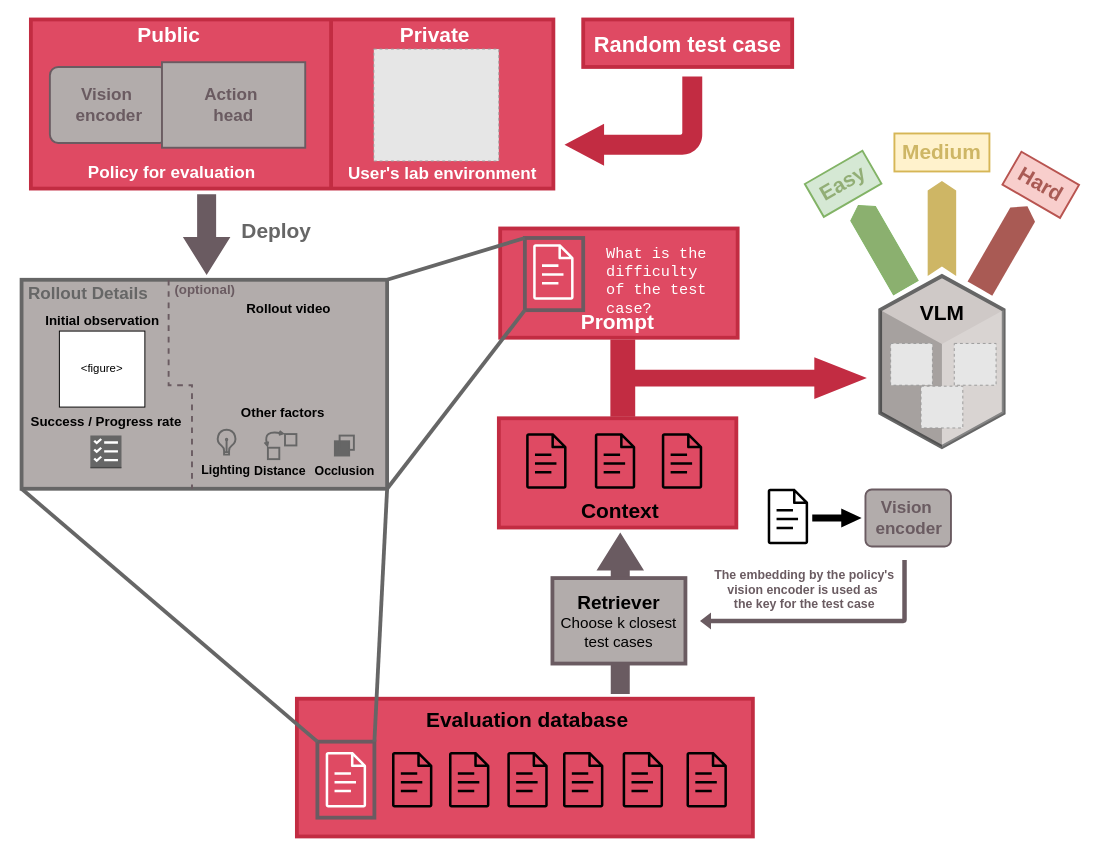
This is vlm_icl_v4.drawio from cxh-cxh/Embodied-VLM-Judge-figures, a draw.io file, before an edit. Source tidied: cells renumbered, new cells numbered last; positions are measured from the earlier drawing's top-left corner, leaving out a move shared by most shapes. Both pictures are drawn from the tidied source at 95%, with x=0, y=0 at pixel (16, 16). Pictures stored in the file or linked from it are replaced by grey dashed boxes.
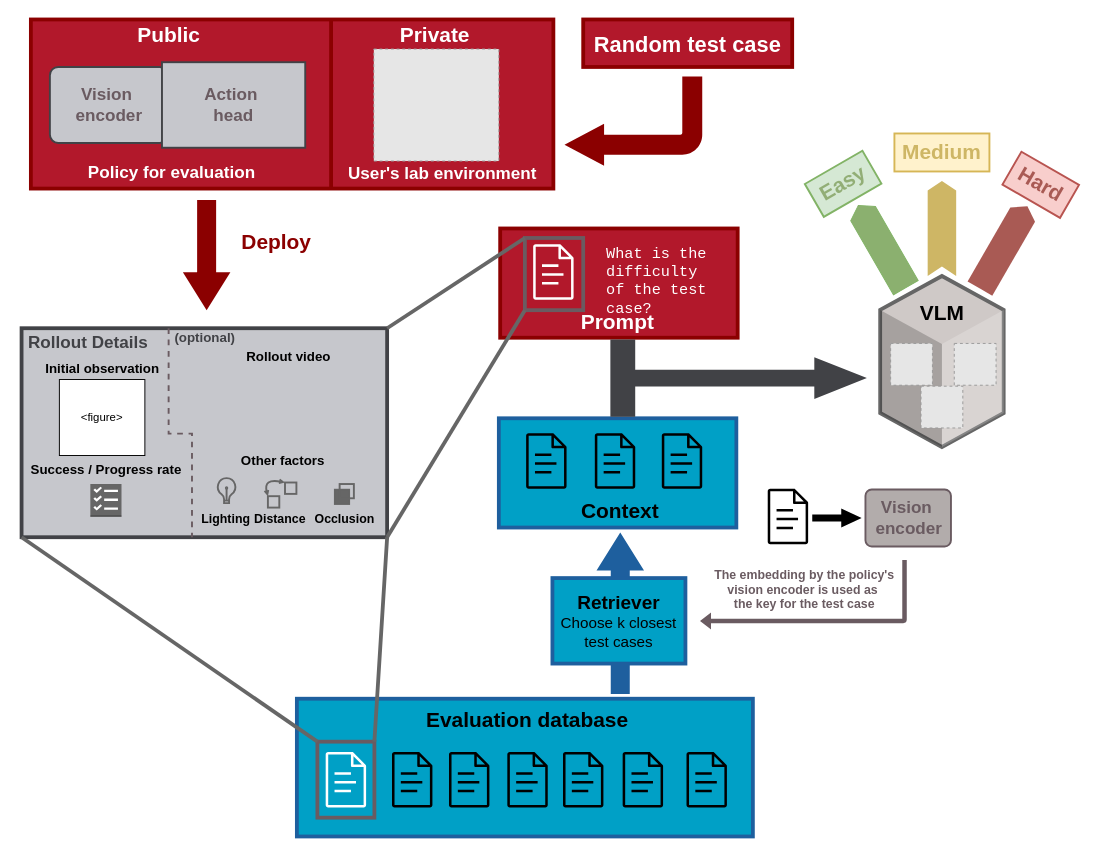
The same diagram, later.

Change to the diagram source:
```diff
@@
     <mxCell id="2" style="group;" parent="1" vertex="1">
-      <mxGeometry y="272" width="390" height="225" as="geometry" />
+      <mxGeometry y="323" width="390" height="225" as="geometry" />
     </mxCell>
-    <mxCell id="3" style="rounded=0;whiteSpace=wrap;html=1;fillColor=#B2ACAB;fontColor=#333333;strokeColor=#666666;strokeWidth=4;" parent="2" vertex="1">
+    <mxCell id="3" style="rounded=0;whiteSpace=wrap;html=1;fillColor=#C6C7CC;fontColor=default;strokeColor=light-dark(#414246,#C6C7CC);strokeWidth=4;align=center;verticalAlign=middle;arcSize=11;fontFamily=Helvetica;fontSize=12;" parent="2" vertex="1">
       <mxGeometry x="5.2" y="5" width="384.8" height="220" as="geometry" />
     </mxCell>
@@
-    <mxCell id="8" value="&lt;font style=&quot;font-size: 18px;&quot;&gt;&lt;b style=&quot;&quot;&gt;Rollout Details&lt;/b&gt;&lt;/font&gt;" style="text;html=1;align=center;verticalAlign=middle;strokeColor=none;fillColor=none;fontColor=light-dark(#666666, #ededed);" parent="2" vertex="1">
+    <mxCell id="8" value="&lt;font style=&quot;font-size: 18px; color: light-dark(rgb(65, 66, 70), rgb(198, 199, 204));&quot;&gt;&lt;b style=&quot;&quot;&gt;Rollout Details&lt;/b&gt;&lt;/font&gt;" style="text;html=1;align=center;verticalAlign=middle;strokeColor=none;fillColor=none;fontColor=light-dark(#666666, #ededed);" parent="2" vertex="1">
       <mxGeometry width="150" height="40" as="geometry" />
     </mxCell>
@@
-    <mxCell id="15" value="(optional)" style="text;html=1;align=center;verticalAlign=middle;strokeColor=none;fillColor=none;fontStyle=1;fontSize=14;fontColor=#6A5B61;" parent="2" vertex="1">
+    <mxCell id="15" value="&lt;font style=&quot;color: light-dark(rgb(65, 66, 70), rgb(198, 199, 204));&quot;&gt;(optional)&lt;/font&gt;" style="text;html=1;align=center;verticalAlign=middle;strokeColor=none;fillColor=none;fontStyle=1;fontSize=14;fontColor=#6A5B61;" parent="2" vertex="1">
       <mxGeometry x="157.6" width="80" height="30" as="geometry" />
     </mxCell>
@@
-    <mxCell id="24" value="&lt;font style=&quot;color: rgb(255, 255, 255); font-size: 23px;&quot;&gt;&lt;b style=&quot;&quot;&gt;Random test case&lt;/b&gt;&lt;/font&gt;" style="text;html=1;align=center;verticalAlign=middle;strokeColor=#C22C42;fillColor=light-dark(#DF4A63,#AA7B7B);fontSize=28;strokeWidth=4;" parent="1" vertex="1">
+    <mxCell id="24" value="&lt;font style=&quot;color: rgb(255, 255, 255); font-size: 23px;&quot;&gt;&lt;b style=&quot;&quot;&gt;Random test case&lt;/b&gt;&lt;/font&gt;" style="text;html=1;align=center;verticalAlign=middle;strokeColor=#8B0000;fillColor=light-dark(#B2182B,#FF9EAF);fontSize=28;strokeWidth=4;fontFamily=Helvetica;fontColor=default;" parent="1" vertex="1">
       <mxGeometry x="596.4" y="3" width="220" height="50" as="geometry" />
     </mxCell>
-    <mxCell id="25" style="html=1;shadow=0;dashed=0;align=center;verticalAlign=middle;shape=mxgraph.arrows2.arrow;dy=0.6;dx=40;direction=south;notch=0;fillColor=light-dark(#6A5B61,#1A1A1A);fontColor=#333333;strokeColor=none;" parent="1" vertex="1">
-      <mxGeometry x="175" y="187" width="50" height="85" as="geometry" />
+    <mxCell id="25" style="html=1;shadow=0;dashed=0;align=center;verticalAlign=middle;shape=mxgraph.arrows2.arrow;dy=0.6;dx=40;direction=south;notch=0;fillColor=light-dark(#8B0000,#C6C7CC);fontColor=#333333;strokeColor=none;" parent="1" vertex="1">
+      <mxGeometry x="175" y="193" width="50" height="116" as="geometry" />
     </mxCell>
@@
-    <mxCell id="39" style="html=1;shadow=0;dashed=0;align=center;verticalAlign=middle;shape=mxgraph.arrows2.bendArrow;dy=10.5;dx=41.67;notch=0;arrowHead=44.27;rounded=1;rotation=0;flipH=1;flipV=1;fillColor=light-dark(#C22C42,#1D293B);strokeColor=none;gradientColor=none;" parent="1" vertex="1">
+    <mxCell id="39" style="html=1;shadow=0;dashed=0;align=center;verticalAlign=middle;shape=mxgraph.arrows2.bendArrow;dy=10.5;dx=41.67;notch=0;arrowHead=44.27;rounded=1;rotation=0;flipH=1;flipV=1;fillColor=light-dark(#8B0000,#B2182B);strokeColor=none;gradientColor=none;" parent="1" vertex="1">
       <mxGeometry x="576.7" y="63" width="145" height="94" as="geometry" />
     </mxCell>
-    <mxCell id="40" style="rounded=0;whiteSpace=wrap;html=1;fillColor=light-dark(#DF4A63,#AA7B7B);strokeColor=#C22C42;strokeWidth=4;arcSize=11;align=center;verticalAlign=middle;fontFamily=Helvetica;fontSize=28;fontColor=default;gradientColor=none;imageAspect=0;" parent="1" vertex="1">
+    <mxCell id="40" style="rounded=0;whiteSpace=wrap;html=1;fillColor=light-dark(#B2182B,#FF9EAF);strokeColor=#8B0000;strokeWidth=4;arcSize=11;align=center;verticalAlign=middle;fontFamily=Helvetica;fontSize=28;fontColor=default;gradientColor=none;imageAspect=0;" parent="1" vertex="1">
       <mxGeometry x="15" y="3" width="550" height="178" as="geometry" />
     </mxCell>
@@
-    <mxCell id="46" style="endArrow=none;html=1;rounded=0;exitX=0.5;exitY=0;exitDx=0;exitDy=0;entryX=0.5;entryY=1;entryDx=0;entryDy=0;strokeWidth=4;fillColor=#fff2cc;strokeColor=#C22C42;" parent="1" edge="1">
+    <mxCell id="46" style="endArrow=none;html=1;rounded=0;exitX=0.5;exitY=0;exitDx=0;exitDy=0;entryX=0.5;entryY=1;entryDx=0;entryDy=0;strokeWidth=4;fillColor=#fff2cc;strokeColor=light-dark(#8B0000,#B2182B);" parent="1" edge="1">
       <mxGeometry relative="1" as="geometry">
         <mxPoint x="331" y="3" as="sourcePoint" />
         <mxPoint x="331" y="181" as="targetPoint" />
       </mxGeometry>
     </mxCell>
-    <mxCell id="47" style="rounded=1;whiteSpace=wrap;html=1;fillColor=#B2ACAB;strokeColor=#6A5B61;strokeWidth=2;arcSize=11;" parent="1" vertex="1">
+    <mxCell id="47" style="rounded=1;whiteSpace=wrap;html=1;fillColor=#C6C7CC;strokeColor=light-dark(#414246,#C6C7CC);strokeWidth=2;arcSize=11;align=center;verticalAlign=middle;fontFamily=Helvetica;fontSize=12;fontColor=default;" parent="1" vertex="1">
       <mxGeometry x="35" y="53" width="124.2" height="80" as="geometry" />
     </mxCell>
-    <mxCell id="48" style="rounded=0;whiteSpace=wrap;html=1;fillColor=#B2ACAB;strokeColor=#6A5B61;strokeWidth=2;arcSize=11;" parent="1" vertex="1">
+    <mxCell id="48" style="rounded=0;whiteSpace=wrap;html=1;fillColor=#C6C7CC;strokeColor=light-dark(#414246,#C6C7CC);strokeWidth=2;arcSize=11;" parent="1" vertex="1">
       <mxGeometry x="153" y="48" width="150.8" height="90" as="geometry" />
     </mxCell>
@@
-    <mxCell id="51" style="rounded=0;whiteSpace=wrap;html=1;fillColor=light-dark(#DF4A63,#AA7B7B);strokeColor=#C22C42;strokeWidth=4;align=center;verticalAlign=middle;arcSize=11;fontFamily=Helvetica;fontSize=28;fontColor=default;gradientColor=none;" parent="1" vertex="1">
+    <mxCell id="51" style="rounded=0;whiteSpace=wrap;html=1;fillColor=light-dark(#00A0C6,#FF9EAF);strokeColor=#1E5F9E;strokeWidth=4;align=center;verticalAlign=middle;arcSize=11;fontFamily=Helvetica;fontSize=28;fontColor=default;gradientColor=none;" parent="1" vertex="1">
       <mxGeometry x="295" y="718" width="480" height="145" as="geometry" />
     </mxCell>
@@
-    <mxCell id="63" style="rounded=0;whiteSpace=wrap;html=1;fillColor=light-dark(#DF4A63,#AA7B7B);strokeColor=#C22C42;strokeWidth=4;align=center;verticalAlign=middle;arcSize=11;fontFamily=Helvetica;fontSize=28;fontColor=default;gradientColor=none;" parent="1" vertex="1">
+    <mxCell id="63" style="rounded=0;whiteSpace=wrap;html=1;fillColor=light-dark(#00A0C6,#FF9EAF);strokeColor=#1E5F9E;strokeWidth=4;align=center;verticalAlign=middle;arcSize=11;fontFamily=Helvetica;fontSize=28;fontColor=default;gradientColor=none;" parent="1" vertex="1">
       <mxGeometry x="507.6" y="422.8" width="250" height="115" as="geometry" />
     </mxCell>
-    <mxCell id="64" style="html=1;shadow=0;dashed=0;align=center;verticalAlign=middle;shape=mxgraph.arrows2.arrow;dy=0.6;dx=40;direction=south;notch=0;fillColor=light-dark(#6A5B61,#1A1A1A);fontColor=#333333;strokeColor=none;rotation=180;" parent="1" vertex="1">
+    <mxCell id="64" style="html=1;shadow=0;dashed=0;align=center;verticalAlign=middle;shape=mxgraph.arrows2.arrow;dy=0.6;dx=40;direction=south;notch=0;fillColor=light-dark(#1E5F9E,#1A1A1A);fontColor=#333333;strokeColor=none;rotation=180;" parent="1" vertex="1">
       <mxGeometry x="610.4" y="543" width="50" height="170" as="geometry" />
     </mxCell>
-    <mxCell id="65" value="&lt;font style=&quot;font-size: 20px; color: rgb(0, 0, 0);&quot;&gt;&lt;b style=&quot;&quot;&gt;Retriever&lt;/b&gt;&lt;/font&gt;&lt;div&gt;&lt;font style=&quot;color: rgb(0, 0, 0); font-size: 16px;&quot;&gt;Choose k closest test cases&lt;/font&gt;&lt;/div&gt;" style="rounded=0;whiteSpace=wrap;html=1;fillColor=#B2ACAB;strokeColor=#6A5B61;strokeWidth=4;arcSize=11;" parent="1" vertex="1">
+    <mxCell id="65" value="&lt;font style=&quot;font-size: 20px; color: rgb(0, 0, 0);&quot;&gt;&lt;b style=&quot;&quot;&gt;Retriever&lt;/b&gt;&lt;/font&gt;&lt;div&gt;&lt;font style=&quot;color: rgb(0, 0, 0); font-size: 16px;&quot;&gt;Choose k closest test cases&lt;/font&gt;&lt;/div&gt;" style="rounded=0;whiteSpace=wrap;html=1;fillColor=light-dark(#00A0C6,#FF9EAF);strokeColor=#1E5F9E;strokeWidth=4;arcSize=11;" parent="1" vertex="1">
       <mxGeometry x="564" y="591" width="140" height="90" as="geometry" />
     </mxCell>
@@
-    <mxCell id="76" value="&lt;div style=&quot;text-align: center;&quot;&gt;&lt;span style=&quot;background-color: transparent; text-wrap-mode: nowrap;&quot;&gt;&lt;font color=&quot;#666666&quot; style=&quot;font-size: 22px;&quot;&gt;&lt;b style=&quot;&quot;&gt;Deploy&lt;/b&gt;&lt;/font&gt;&lt;/span&gt;&lt;/div&gt;" style="text;whiteSpace=wrap;html=1;fontFamily=Helvetica;fontSize=12;fontColor=default;" parent="1" vertex="1">
-      <mxGeometry x="235.2" y="207" width="90" height="40" as="geometry" />
+    <mxCell id="76" value="&lt;div style=&quot;text-align: center;&quot;&gt;&lt;span style=&quot;background-color: transparent; text-wrap-mode: nowrap;&quot;&gt;&lt;font style=&quot;font-size: 22px;&quot;&gt;&lt;b style=&quot;&quot;&gt;Deploy&lt;/b&gt;&lt;/font&gt;&lt;/span&gt;&lt;/div&gt;" style="text;whiteSpace=wrap;html=1;fontFamily=Helvetica;fontSize=12;fontColor=light-dark(#8B0000,#B2182B);" parent="1" vertex="1">
+      <mxGeometry x="235.2" y="218" width="90" height="40" as="geometry" />
     </mxCell>
-    <mxCell id="77" style="rounded=0;whiteSpace=wrap;html=1;fillColor=light-dark(#DF4A63,#AA7B7B);strokeColor=#C22C42;strokeWidth=4;align=center;verticalAlign=middle;arcSize=11;fontFamily=Helvetica;fontSize=28;fontColor=default;gradientColor=none;" parent="1" vertex="1">
+    <mxCell id="77" style="rounded=0;whiteSpace=wrap;html=1;fillColor=light-dark(#B2182B,#FF9EAF);strokeColor=#8B0000;strokeWidth=4;align=center;verticalAlign=middle;arcSize=11;fontFamily=Helvetica;fontSize=28;fontColor=default;gradientColor=none;" parent="1" vertex="1">
       <mxGeometry x="509" y="223" width="250" height="115" as="geometry" />
     </mxCell>
@@
-    <mxCell id="84" style="html=1;shadow=0;dashed=0;align=center;verticalAlign=middle;shape=mxgraph.arrows2.tailedNotchedArrow;dy1=8.72;dx1=55.33;notch=0;arrowHead=13.17;dx2=26.14;dy2=40.63;rounded=1;strokeColor=none;strokeWidth=2;arcSize=11;fontFamily=Helvetica;fontSize=12;fontColor=default;fillColor=#C22C42;" parent="1" vertex="1">
+    <mxCell id="84" style="html=1;shadow=0;dashed=0;align=center;verticalAlign=middle;shape=mxgraph.arrows2.tailedNotchedArrow;dy1=8.72;dx1=55.33;notch=0;arrowHead=13.17;dx2=26.14;dy2=40.63;rounded=1;strokeColor=none;strokeWidth=2;arcSize=11;fontFamily=Helvetica;fontSize=12;fontColor=default;fillColor=light-dark(#414246,#C6C7CC);" parent="1" vertex="1">
       <mxGeometry x="625" y="338" width="270" height="85" as="geometry" />
     </mxCell>
```
